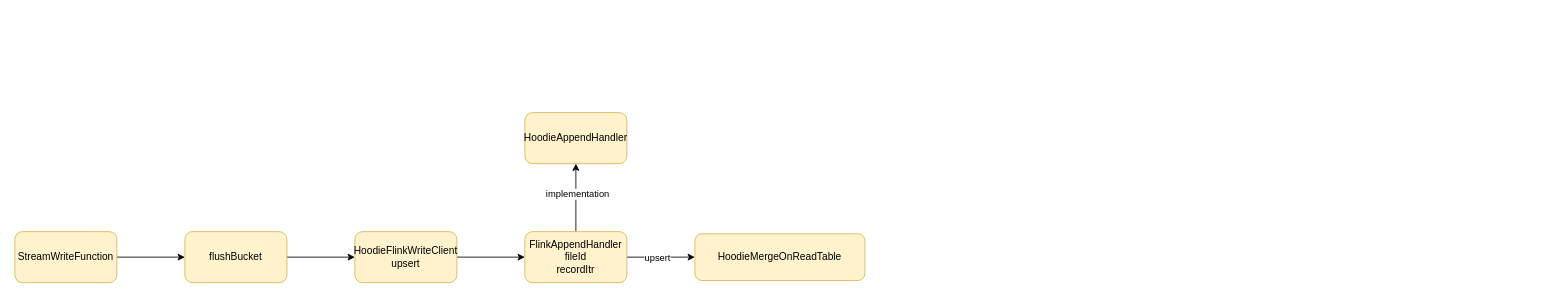
Before: hudi.drawio in qiufang1314/drawio, a draw.io diagram. Source tidied: cells renumbered, new cells numbered last; positions are measured from the earlier drawing's top-left corner, leaving out a move shared by most shapes. Both pictures are drawn from the tidied source at 85%, with x=0, y=0 at pixel (14, 112).
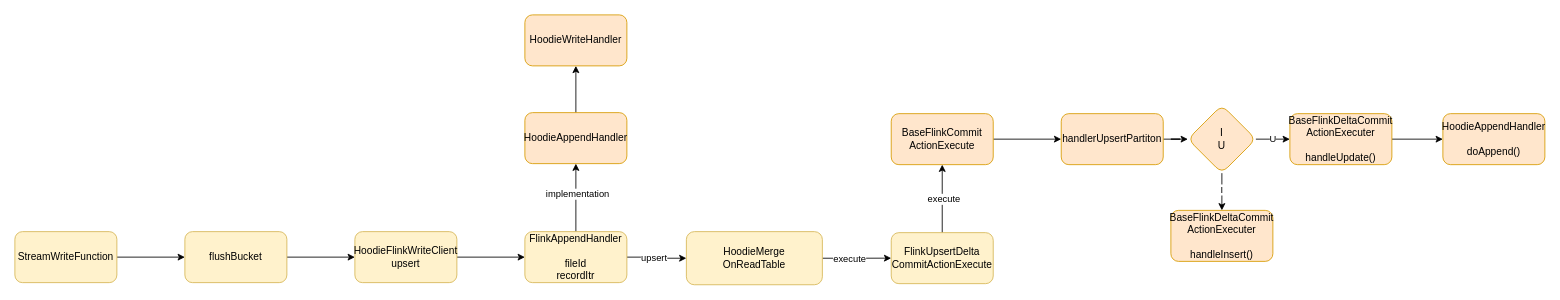
The same page after the edit.

What changed in the source:
```diff
@@
-    <mxCell id="12" value="FlinkAppendHandler&lt;br&gt;fileId&lt;br&gt;recordItr" style="whiteSpace=wrap;html=1;fillColor=#fff2cc;strokeColor=#d6b656;rounded=1;" parent="1" vertex="1">
+    <mxCell id="12" value="FlinkAppendHandler&lt;br&gt;&lt;br&gt;fileId&lt;br&gt;recordItr" style="whiteSpace=wrap;html=1;fillColor=#fff2cc;strokeColor=#d6b656;rounded=1;" parent="1" vertex="1">
       <mxGeometry x="600" y="140" width="120" height="60" as="geometry" />
     </mxCell>
+    <mxCell id="15" style="edgeStyle=orthogonalEdgeStyle;rounded=0;jettySize=auto;html=1;" parent="1" edge="1" source="13" target="28">
+      <mxGeometry relative="1" as="geometry" />
+    </mxCell>
-    <mxCell id="13" value="HoodieAppendHandler" style="whiteSpace=wrap;html=1;fillColor=#fff2cc;strokeColor=#d6b656;rounded=1;" parent="1" vertex="1">
+    <mxCell id="13" value="HoodieAppendHandler" style="whiteSpace=wrap;html=1;fillColor=#ffe6cc;strokeColor=#d79b00;rounded=1;" parent="1" vertex="1">
       <mxGeometry x="600" width="120" height="60" as="geometry" />
     </mxCell>
+    <mxCell id="16" style="edgeStyle=orthogonalEdgeStyle;rounded=0;jettySize=auto;html=1;" parent="1" edge="1" source="14" target="20">
+      <mxGeometry relative="1" as="geometry" />
+    </mxCell>
+    <mxCell id="17" value="execute" style="edgeLabel;html=1;align=center;verticalAlign=middle;" parent="16" vertex="1">
+      <mxGeometry x="-0.23" relative="1" as="geometry" />
+    </mxCell>
-    <mxCell id="14" value="HoodieMergeOnReadTable" style="whiteSpace=wrap;html=1;fillColor=#fff2cc;strokeColor=#d6b656;rounded=1;" parent="1" vertex="1">
-      <mxGeometry x="800" y="142.5" width="200" height="55" as="geometry" />
+    <mxCell id="14" value="HoodieMerge&lt;br&gt;OnReadTable" style="whiteSpace=wrap;html=1;fillColor=#fff2cc;strokeColor=#d6b656;rounded=1;" parent="1" vertex="1">
+      <mxGeometry x="790" y="140" width="160" height="62.5" as="geometry" />
     </mxCell>
+    <mxCell id="18" style="edgeStyle=orthogonalEdgeStyle;rounded=0;jettySize=auto;html=1;" parent="1" edge="1" source="20" target="22">
+      <mxGeometry relative="1" as="geometry" />
+    </mxCell>
+    <mxCell id="19" value="execute" style="edgeLabel;html=1;align=center;verticalAlign=middle;" parent="18" vertex="1">
+      <mxGeometry x="0.01" y="-1" relative="1" as="geometry" />
+    </mxCell>
+    <mxCell id="20" value="FlinkUpsertDelta&lt;br&gt;CommitActionExecute" style="whiteSpace=wrap;html=1;fillColor=#fff2cc;strokeColor=#d6b656;rounded=1;" parent="1" vertex="1">
+      <mxGeometry x="1031" y="141.2" width="120" height="60" as="geometry" />
+    </mxCell>
+    <mxCell id="21" style="edgeStyle=orthogonalEdgeStyle;rounded=0;jettySize=auto;html=1;" parent="1" edge="1" source="22" target="24">
+      <mxGeometry relative="1" as="geometry" />
+    </mxCell>
+    <mxCell id="22" value="BaseFlinkCommit&lt;br&gt;ActionExecute" style="whiteSpace=wrap;html=1;fillColor=#ffe6cc;strokeColor=#d79b00;rounded=1;" parent="1" vertex="1">
+      <mxGeometry x="1031" y="1.2" width="120" height="60" as="geometry" />
+    </mxCell>
+    <mxCell id="23" style="edgeStyle=orthogonalEdgeStyle;rounded=0;jettySize=auto;html=1;" parent="1" edge="1" source="24" target="32">
+      <mxGeometry relative="1" as="geometry" />
+    </mxCell>
+    <mxCell id="24" value="handlerUpsertPartiton" style="whiteSpace=wrap;html=1;fillColor=#ffe6cc;strokeColor=#d79b00;rounded=1;" parent="1" vertex="1">
+      <mxGeometry x="1231" y="1.2" width="120" height="60" as="geometry" />
+    </mxCell>
+    <mxCell id="25" style="edgeStyle=orthogonalEdgeStyle;rounded=0;jettySize=auto;html=1;" parent="1" edge="1" source="26" target="27">
+      <mxGeometry relative="1" as="geometry" />
+    </mxCell>
+    <mxCell id="26" value="BaseFlinkDeltaCommit&lt;br&gt;ActionExecuter&lt;br&gt;&lt;br&gt;handleUpdate()" style="whiteSpace=wrap;html=1;fillColor=#ffe6cc;strokeColor=#d79b00;rounded=1;" parent="1" vertex="1">
+      <mxGeometry x="1500" y="1.2" width="120" height="60" as="geometry" />
+    </mxCell>
+    <mxCell id="27" value="HoodieAppendHandler&lt;br&gt;&lt;br&gt;doAppend()" style="whiteSpace=wrap;html=1;fillColor=#ffe6cc;strokeColor=#d79b00;rounded=1;" parent="1" vertex="1">
+      <mxGeometry x="1680" y="1.2" width="120" height="60" as="geometry" />
+    </mxCell>
+    <mxCell id="28" value="HoodieWriteHandler" style="whiteSpace=wrap;html=1;fillColor=#ffe6cc;strokeColor=#d79b00;rounded=1;" parent="1" vertex="1">
+      <mxGeometry x="600" y="-115" width="120" height="60" as="geometry" />
+    </mxCell>
+    <mxCell id="29" value="U" style="edgeStyle=orthogonalEdgeStyle;rounded=0;jettySize=auto;html=1;" parent="1" edge="1" source="32" target="26">
+      <mxGeometry relative="1" as="geometry" />
+    </mxCell>
+    <mxCell id="30" style="edgeStyle=orthogonalEdgeStyle;rounded=0;jettySize=auto;html=1;" parent="1" edge="1" source="32" target="33">
+      <mxGeometry relative="1" as="geometry" />
+    </mxCell>
+    <mxCell id="31" value="I" style="edgeLabel;html=1;align=center;verticalAlign=middle;" parent="30" vertex="1">
+      <mxGeometry x="-0.14" y="-1" relative="1" as="geometry" />
+    </mxCell>
+    <mxCell id="32" value="I&lt;br&gt;U" style="rhombus;whiteSpace=wrap;html=1;fillColor=#ffe6cc;strokeColor=#d79b00;rounded=1;" parent="1" vertex="1">
+      <mxGeometry x="1380" y="-8.8" width="80" height="80" as="geometry" />
+    </mxCell>
+    <mxCell id="33" value="BaseFlinkDeltaCommit&lt;br&gt;ActionExecuter&lt;br&gt;&lt;br&gt;handleInsert()" style="whiteSpace=wrap;html=1;fillColor=#ffe6cc;strokeColor=#d79b00;rounded=1;" parent="1" vertex="1">
+      <mxGeometry x="1360" y="115" width="120" height="60" as="geometry" />
+    </mxCell>
```
